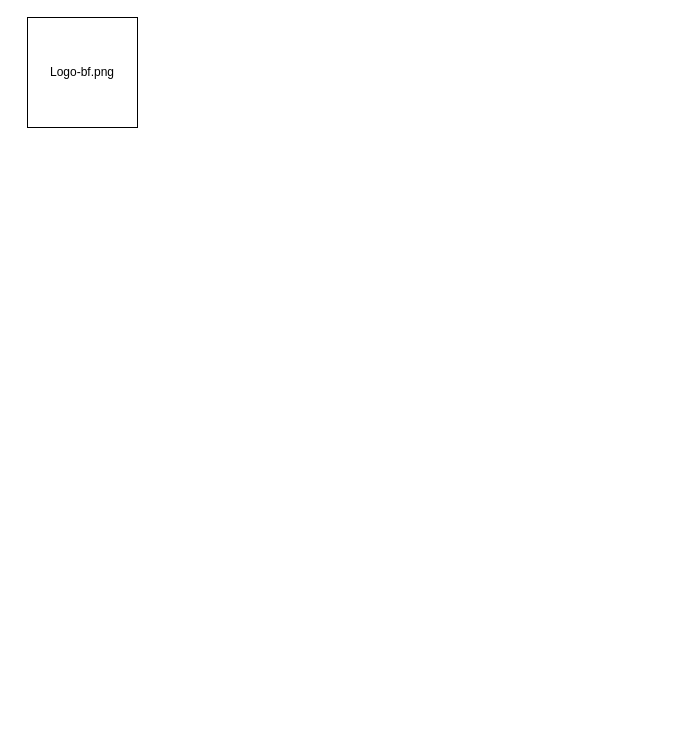
Earlier version of the draw.io diagram Prototipado_simple.drawio (NicoBrainFitness/Proyecto1M3). Source tidied: cells renumbered, new cells numbered last; positions are measured from the earlier drawing's top-left corner, leaving out a move shared by most shapes. Both pictures are drawn from the tidied source at 100%, with x=0, y=0 at pixel (27, 17).
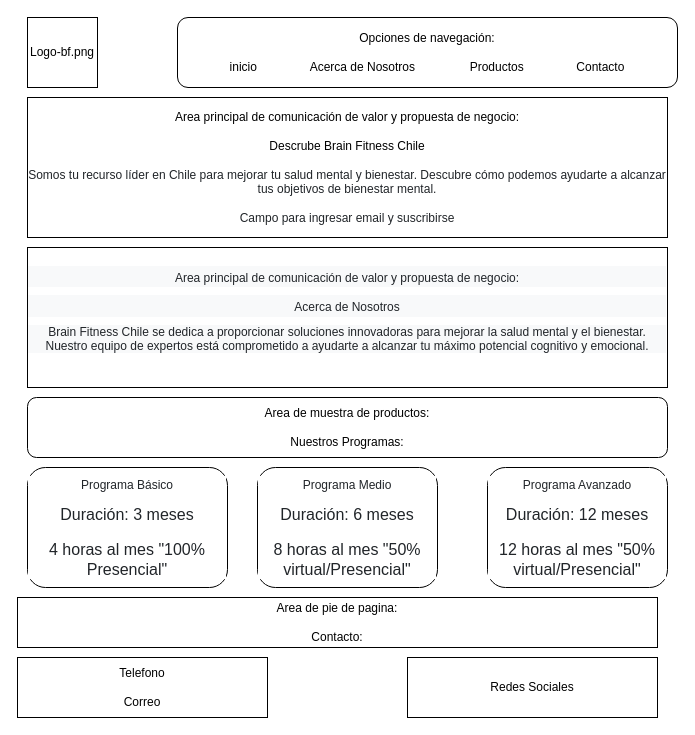
Above is the later version.

Diff of the diagram source:
```diff
@@
 <mxGraphModel>
   <root>
     <mxCell id="0" />
     <mxCell id="1" parent="0" />
     <mxCell id="2" value="Logo-bf.png" style="whiteSpace=wrap;html=1;" parent="1" vertex="1">
-      <mxGeometry width="110" height="110" as="geometry" />
+      <mxGeometry width="70" height="70" as="geometry" />
     </mxCell>
+    <mxCell id="3" value="Opciones de navegación:&lt;div&gt;&lt;br&gt;&lt;div&gt;inicio&lt;span style=&quot;white-space: pre;&quot;&gt;&#9;&lt;/span&gt;&lt;span style=&quot;white-space: pre;&quot;&gt;&#9;&lt;/span&gt;&lt;span style=&quot;background-color: initial;&quot;&gt;Acerca de Nosotros&lt;span style=&quot;white-space: pre;&quot;&gt;&#9;&lt;/span&gt;&lt;span style=&quot;white-space: pre;&quot;&gt;&#9;&lt;/span&gt;&lt;/span&gt;&lt;span style=&quot;background-color: initial;&quot;&gt;Productos&lt;span style=&quot;white-space: pre;&quot;&gt;&#9;&lt;/span&gt;&lt;span style=&quot;white-space: pre;&quot;&gt;&#9;&lt;/span&gt;&lt;/span&gt;&lt;span style=&quot;background-color: initial;&quot;&gt;Contacto&lt;/span&gt;&lt;/div&gt;&lt;/div&gt;" style="rounded=1;whiteSpace=wrap;html=1;" parent="1" vertex="1">
+      <mxGeometry x="150" width="500" height="70" as="geometry" />
+    </mxCell>
+    <mxCell id="4" style="edgeStyle=orthogonalEdgeStyle;rounded=0;orthogonalLoop=1;jettySize=auto;html=1;exitX=0.5;exitY=1;exitDx=0;exitDy=0;" parent="1" edge="1" source="3" target="3">
+      <mxGeometry relative="1" as="geometry" />
+    </mxCell>
+    <mxCell id="5" value="Area principal de comunicación de valor y propuesta de negocio:&lt;div&gt;&lt;br&gt;&lt;/div&gt;&lt;div&gt;Descrube Brain Fitness Chile&lt;/div&gt;&lt;div&gt;&lt;br&gt;&lt;/div&gt;&lt;div&gt;&lt;span style=&quot;color: rgb(33, 37, 41); background-color: rgb(255, 255, 255);&quot;&gt;&lt;font style=&quot;font-size: 12px;&quot; face=&quot;Helvetica&quot;&gt;Somos tu recurso líder en Chile para mejorar tu salud mental y bienestar. Descubre cómo podemos ayudarte a alcanzar tus objetivos de bienestar mental.&lt;/font&gt;&lt;/span&gt;&lt;br&gt;&lt;/div&gt;&lt;div&gt;&lt;span style=&quot;color: rgb(33, 37, 41); background-color: rgb(255, 255, 255);&quot;&gt;&lt;font style=&quot;font-size: 12px;&quot; face=&quot;Helvetica&quot;&gt;&lt;br&gt;&lt;/font&gt;&lt;/span&gt;&lt;/div&gt;&lt;div&gt;&lt;span style=&quot;color: rgb(33, 37, 41); background-color: rgb(255, 255, 255);&quot;&gt;&lt;font style=&quot;font-size: 12px;&quot; face=&quot;Helvetica&quot;&gt;Campo para ingresar email y suscribirse&lt;/font&gt;&lt;/span&gt;&lt;/div&gt;" style="rounded=0;whiteSpace=wrap;html=1;" parent="1" vertex="1">
+      <mxGeometry y="80" width="640" height="140" as="geometry" />
+    </mxCell>
+    <mxCell id="6" value="&lt;h2 style=&quot;box-sizing: border-box; margin-top: 0px; margin-bottom: 0.5rem; font-weight: 500; line-height: 1.2; color: rgb(33, 37, 41); background-color: rgb(248, 249, 250);&quot; class=&quot;text-center&quot;&gt;&lt;font style=&quot;font-size: 12px;&quot;&gt;Area principal de comunicación de valor y propuesta de negocio:&lt;/font&gt;&lt;/h2&gt;&lt;h2 style=&quot;box-sizing: border-box; margin-top: 0px; margin-bottom: 0.5rem; font-weight: 500; line-height: 1.2; color: rgb(33, 37, 41); background-color: rgb(248, 249, 250);&quot; class=&quot;text-center&quot;&gt;&lt;font style=&quot;font-size: 12px;&quot;&gt;Acerca de Nosotros&lt;/font&gt;&lt;/h2&gt;&lt;p style=&quot;box-sizing: border-box; margin-top: 0px; margin-bottom: 1rem; color: rgb(33, 37, 41); background-color: rgb(248, 249, 250);&quot;&gt;&lt;font style=&quot;font-size: 12px;&quot;&gt;Brain Fitness Chile se dedica a proporcionar soluciones innovadoras para mejorar la salud mental y el bienestar. Nuestro equipo de expertos está comprometido a ayudarte a alcanzar tu máximo potencial cognitivo y emocional.&lt;/font&gt;&lt;/p&gt;" style="rounded=0;whiteSpace=wrap;html=1;align=center;" parent="1" vertex="1">
+      <mxGeometry y="230" width="640" height="140" as="geometry" />
+    </mxCell>
+    <mxCell id="7" value="&lt;h3 style=&quot;box-sizing: border-box; margin-top: 0px; margin-bottom: 0.75rem; font-weight: 500; line-height: 1.2; color: rgb(33, 37, 41); background-color: rgb(255, 255, 255);&quot; class=&quot;card-title&quot;&gt;&lt;font face=&quot;Helvetica&quot; style=&quot;font-size: 12px;&quot;&gt;Programa Básico&lt;/font&gt;&lt;/h3&gt;&lt;p style=&quot;box-sizing: border-box; margin-top: 0px; margin-bottom: 1rem; color: rgb(33, 37, 41); background-color: rgb(255, 255, 255);&quot; class=&quot;card-text&quot;&gt;&lt;font face=&quot;E2wlKxi7Jj3HcnsVgRH9&quot; size=&quot;3&quot;&gt;Duración: 3 meses&lt;/font&gt;&lt;/p&gt;&lt;p style=&quot;box-sizing: border-box; margin-top: 0px; margin-bottom: 0px; color: rgb(33, 37, 41); background-color: rgb(255, 255, 255);&quot; class=&quot;card-text&quot;&gt;&lt;font face=&quot;E2wlKxi7Jj3HcnsVgRH9&quot; style=&quot;&quot; size=&quot;3&quot;&gt;4 horas al mes &quot;100% Presencial&quot;&lt;/font&gt;&lt;/p&gt;" style="rounded=1;whiteSpace=wrap;html=1;align=center;" parent="1" vertex="1">
+      <mxGeometry y="450" width="200" height="120" as="geometry" />
+    </mxCell>
+    <mxCell id="8" value="&lt;h3 style=&quot;box-sizing: border-box; margin-top: 0px; margin-bottom: 0.75rem; font-weight: 500; line-height: 1.2; color: rgb(33, 37, 41); background-color: rgb(255, 255, 255);&quot; class=&quot;card-title&quot;&gt;&lt;font face=&quot;Helvetica&quot; style=&quot;font-size: 12px;&quot;&gt;Programa Medio&lt;/font&gt;&lt;/h3&gt;&lt;p style=&quot;box-sizing: border-box; margin-top: 0px; margin-bottom: 1rem; color: rgb(33, 37, 41); background-color: rgb(255, 255, 255);&quot; class=&quot;card-text&quot;&gt;&lt;font face=&quot;TS-EVK9Qb8AqfSO1WjKE&quot; size=&quot;3&quot;&gt;Duración: 6 meses&lt;/font&gt;&lt;/p&gt;&lt;p style=&quot;box-sizing: border-box; margin-top: 0px; margin-bottom: 0px; color: rgb(33, 37, 41); background-color: rgb(255, 255, 255);&quot; class=&quot;card-text&quot;&gt;&lt;font face=&quot;TS-EVK9Qb8AqfSO1WjKE&quot; style=&quot;&quot; size=&quot;3&quot;&gt;8 horas al mes &quot;50% virtual/Presencial&quot;&lt;/font&gt;&lt;/p&gt;" style="rounded=1;whiteSpace=wrap;html=1;align=center;" parent="1" vertex="1">
+      <mxGeometry x="230" y="450" width="180" height="120" as="geometry" />
+    </mxCell>
+    <mxCell id="9" value="&lt;h3 style=&quot;box-sizing: border-box; margin-top: 0px; margin-bottom: 0.75rem; font-weight: 500; line-height: 1.2; color: rgb(33, 37, 41); background-color: rgb(255, 255, 255);&quot; class=&quot;card-title&quot;&gt;&lt;font style=&quot;font-size: 12px;&quot; face=&quot;Helvetica&quot;&gt;Programa Avanzado&lt;/font&gt;&lt;/h3&gt;&lt;p style=&quot;box-sizing: border-box; margin-top: 0px; margin-bottom: 1rem; color: rgb(33, 37, 41); background-color: rgb(255, 255, 255);&quot; class=&quot;card-text&quot;&gt;&lt;font size=&quot;3&quot; face=&quot;x3Ze08XFA25U2AFc7jCl&quot;&gt;Duración: 12 meses&lt;/font&gt;&lt;/p&gt;&lt;p style=&quot;box-sizing: border-box; margin-top: 0px; margin-bottom: 0px; color: rgb(33, 37, 41); background-color: rgb(255, 255, 255);&quot; class=&quot;card-text&quot;&gt;&lt;font size=&quot;3&quot; style=&quot;&quot; face=&quot;x3Ze08XFA25U2AFc7jCl&quot;&gt;12 horas al mes &quot;50% virtual/Presencial&quot;&lt;/font&gt;&lt;/p&gt;" style="rounded=1;whiteSpace=wrap;html=1;align=center;" parent="1" vertex="1">
+      <mxGeometry x="460" y="450" width="180" height="120" as="geometry" />
+    </mxCell>
+    <mxCell id="10" value="Area de muestra de productos:&lt;div&gt;&lt;br&gt;&lt;/div&gt;&lt;div&gt;Nuestros Programas:&lt;/div&gt;" style="rounded=1;whiteSpace=wrap;html=1;" parent="1" vertex="1">
+      <mxGeometry y="380" width="640" height="60" as="geometry" />
+    </mxCell>
+    <mxCell id="11" value="Area de pie de pagina:&lt;div&gt;&lt;br&gt;&lt;/div&gt;&lt;div&gt;Contacto:&lt;/div&gt;" style="rounded=0;whiteSpace=wrap;html=1;" parent="1" vertex="1">
+      <mxGeometry x="-10" y="580" width="640" height="50" as="geometry" />
+    </mxCell>
+    <mxCell id="12" value="Telefono&lt;div&gt;&lt;br&gt;&lt;/div&gt;&lt;div&gt;Correo&lt;/div&gt;" style="rounded=0;whiteSpace=wrap;html=1;" parent="1" vertex="1">
+      <mxGeometry x="-10" y="640" width="250" height="60" as="geometry" />
+    </mxCell>
+    <mxCell id="13" value="Redes Sociales" style="rounded=0;whiteSpace=wrap;html=1;" parent="1" vertex="1">
+      <mxGeometry x="380" y="640" width="250" height="60" as="geometry" />
+    </mxCell>
   </root>
 </mxGraphModel>
```
